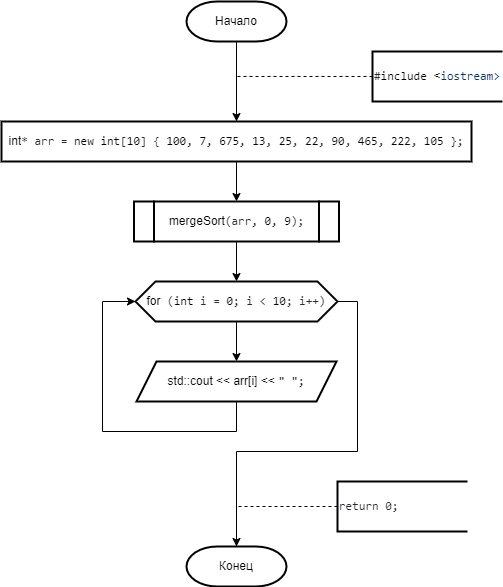
Before: 2 Семестр/Labs/№9 Сложные сортировки быстрая (Хоара), слиянием, подсчетом, блочная, Шелла/Слиянием.png, a diagram exported from draw.io (IlyaFedoseev227/LABS-PNRPU-IVT-22-1b). Source tidied: cells renumbered, new cells last; positions are measured from the earlier drawing's top-left corner, leaving out a move shared by most shapes.
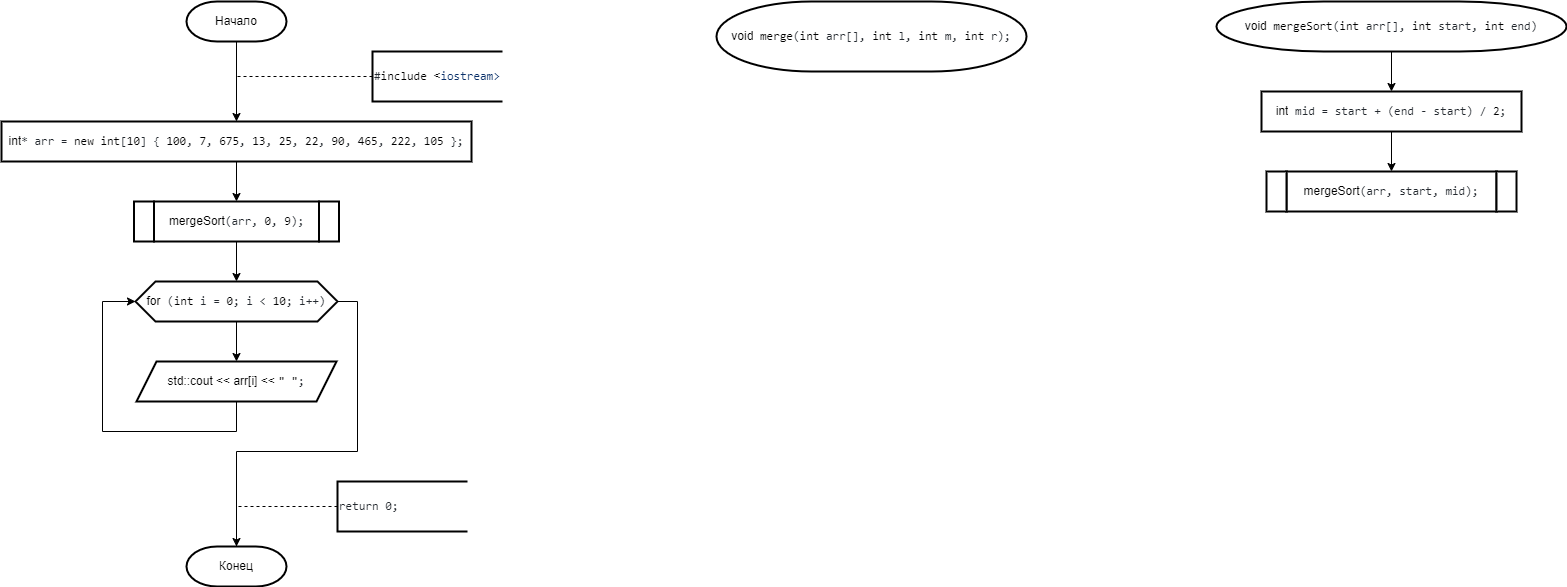
Above is the later version.

The edit, as a diff of the source:
```diff
@@ -76,5 +76,29 @@
     <mxCell id="19" value="&lt;span style=&quot;box-sizing: border-box; font-family: ui-monospace, SFMono-Regular, &amp;quot;SF Mono&amp;quot;, Menlo, Consolas, &amp;quot;Liberation Mono&amp;quot;, monospace; background-color: rgb(255, 255, 255);&quot; class=&quot;pl-pds&quot;&gt;&lt;font color=&quot;#24292f&quot;&gt;return 0;&lt;/font&gt;&lt;br&gt;&lt;/span&gt;" style="strokeWidth=2;html=1;shape=mxgraph.flowchart.annotation_1;align=left;" parent="1" vertex="1">
       <mxGeometry x="336" y="480" width="130" height="50" as="geometry" />
     </mxCell>
+    <mxCell id="20" value="void&lt;span style=&quot;color: rgb(36, 41, 47); font-family: ui-monospace, SFMono-Regular, &amp;quot;SF Mono&amp;quot;, Menlo, Consolas, &amp;quot;Liberation Mono&amp;quot;, monospace; text-align: start; background-color: rgb(255, 255, 255);&quot;&gt; &lt;/span&gt;&lt;span style=&quot;box-sizing: border-box; color: var(--color-prettylights-syntax-entity); font-family: ui-monospace, SFMono-Regular, &amp;quot;SF Mono&amp;quot;, Menlo, Consolas, &amp;quot;Liberation Mono&amp;quot;, monospace; text-align: start; background-color: rgb(255, 255, 255);&quot; class=&quot;pl-en&quot;&gt;merge&lt;/span&gt;&lt;span style=&quot;color: rgb(36, 41, 47); font-family: ui-monospace, SFMono-Regular, &amp;quot;SF Mono&amp;quot;, Menlo, Consolas, &amp;quot;Liberation Mono&amp;quot;, monospace; text-align: start; background-color: rgb(255, 255, 255);&quot;&gt;(&lt;/span&gt;&lt;span style=&quot;box-sizing: border-box; color: var(--color-prettylights-syntax-keyword); font-family: ui-monospace, SFMono-Regular, &amp;quot;SF Mono&amp;quot;, Menlo, Consolas, &amp;quot;Liberation Mono&amp;quot;, monospace; text-align: start; background-color: rgb(255, 255, 255);&quot; class=&quot;pl-k&quot;&gt;int&lt;/span&gt;&lt;span style=&quot;color: rgb(36, 41, 47); font-family: ui-monospace, SFMono-Regular, &amp;quot;SF Mono&amp;quot;, Menlo, Consolas, &amp;quot;Liberation Mono&amp;quot;, monospace; text-align: start; background-color: rgb(255, 255, 255);&quot;&gt; arr[], &lt;/span&gt;&lt;span style=&quot;box-sizing: border-box; color: var(--color-prettylights-syntax-keyword); font-family: ui-monospace, SFMono-Regular, &amp;quot;SF Mono&amp;quot;, Menlo, Consolas, &amp;quot;Liberation Mono&amp;quot;, monospace; text-align: start; background-color: rgb(255, 255, 255);&quot; class=&quot;pl-k&quot;&gt;int&lt;/span&gt;&lt;span style=&quot;color: rgb(36, 41, 47); font-family: ui-monospace, SFMono-Regular, &amp;quot;SF Mono&amp;quot;, Menlo, Consolas, &amp;quot;Liberation Mono&amp;quot;, monospace; text-align: start; background-color: rgb(255, 255, 255);&quot;&gt; l, &lt;/span&gt;&lt;span style=&quot;box-sizing: border-box; color: var(--color-prettylights-syntax-keyword); font-family: ui-monospace, SFMono-Regular, &amp;quot;SF Mono&amp;quot;, Menlo, Consolas, &amp;quot;Liberation Mono&amp;quot;, monospace; text-align: start; background-color: rgb(255, 255, 255);&quot; class=&quot;pl-k&quot;&gt;int&lt;/span&gt;&lt;span style=&quot;color: rgb(36, 41, 47); font-family: ui-monospace, SFMono-Regular, &amp;quot;SF Mono&amp;quot;, Menlo, Consolas, &amp;quot;Liberation Mono&amp;quot;, monospace; text-align: start; background-color: rgb(255, 255, 255);&quot;&gt; m, &lt;/span&gt;&lt;span style=&quot;box-sizing: border-box; color: var(--color-prettylights-syntax-keyword); font-family: ui-monospace, SFMono-Regular, &amp;quot;SF Mono&amp;quot;, Menlo, Consolas, &amp;quot;Liberation Mono&amp;quot;, monospace; text-align: start; background-color: rgb(255, 255, 255);&quot; class=&quot;pl-k&quot;&gt;int&lt;/span&gt;&lt;span style=&quot;color: rgb(36, 41, 47); font-family: ui-monospace, SFMono-Regular, &amp;quot;SF Mono&amp;quot;, Menlo, Consolas, &amp;quot;Liberation Mono&amp;quot;, monospace; text-align: start; background-color: rgb(255, 255, 255);&quot;&gt; r);&lt;/span&gt;" style="strokeWidth=2;html=1;shape=mxgraph.flowchart.terminator;whiteSpace=wrap;" parent="1" vertex="1">
+      <mxGeometry x="715" width="310" height="70" as="geometry" />
+    </mxCell>
+    <mxCell id="21" style="edgeStyle=orthogonalEdgeStyle;rounded=0;jettySize=auto;html=1;exitX=0.5;exitY=1;exitDx=0;exitDy=0;exitPerimeter=0;entryX=0.5;entryY=0;entryDx=0;entryDy=0;" parent="1" edge="1" source="22" target="24">
+      <mxGeometry relative="1" as="geometry" />
+    </mxCell>
+    <mxCell id="22" value="void&lt;span style=&quot;color: rgb(36, 41, 47); font-family: ui-monospace, SFMono-Regular, &amp;quot;SF Mono&amp;quot;, Menlo, Consolas, &amp;quot;Liberation Mono&amp;quot;, monospace; text-align: start; background-color: rgb(255, 255, 255);&quot;&gt; &lt;/span&gt;&lt;span style=&quot;box-sizing: border-box; color: var(--color-prettylights-syntax-entity); font-family: ui-monospace, SFMono-Regular, &amp;quot;SF Mono&amp;quot;, Menlo, Consolas, &amp;quot;Liberation Mono&amp;quot;, monospace; text-align: start; background-color: rgb(255, 255, 255);&quot; class=&quot;pl-en&quot;&gt;mergeSort&lt;/span&gt;&lt;span style=&quot;color: rgb(36, 41, 47); font-family: ui-monospace, SFMono-Regular, &amp;quot;SF Mono&amp;quot;, Menlo, Consolas, &amp;quot;Liberation Mono&amp;quot;, monospace; text-align: start; background-color: rgb(255, 255, 255);&quot;&gt;(&lt;/span&gt;&lt;span style=&quot;box-sizing: border-box; color: var(--color-prettylights-syntax-keyword); font-family: ui-monospace, SFMono-Regular, &amp;quot;SF Mono&amp;quot;, Menlo, Consolas, &amp;quot;Liberation Mono&amp;quot;, monospace; text-align: start; background-color: rgb(255, 255, 255);&quot; class=&quot;pl-k&quot;&gt;int&lt;/span&gt;&lt;span style=&quot;color: rgb(36, 41, 47); font-family: ui-monospace, SFMono-Regular, &amp;quot;SF Mono&amp;quot;, Menlo, Consolas, &amp;quot;Liberation Mono&amp;quot;, monospace; text-align: start; background-color: rgb(255, 255, 255);&quot;&gt; arr[], &lt;/span&gt;&lt;span style=&quot;box-sizing: border-box; color: var(--color-prettylights-syntax-keyword); font-family: ui-monospace, SFMono-Regular, &amp;quot;SF Mono&amp;quot;, Menlo, Consolas, &amp;quot;Liberation Mono&amp;quot;, monospace; text-align: start; background-color: rgb(255, 255, 255);&quot; class=&quot;pl-k&quot;&gt;int&lt;/span&gt;&lt;span style=&quot;color: rgb(36, 41, 47); font-family: ui-monospace, SFMono-Regular, &amp;quot;SF Mono&amp;quot;, Menlo, Consolas, &amp;quot;Liberation Mono&amp;quot;, monospace; text-align: start; background-color: rgb(255, 255, 255);&quot;&gt; start, &lt;/span&gt;&lt;span style=&quot;box-sizing: border-box; color: var(--color-prettylights-syntax-keyword); font-family: ui-monospace, SFMono-Regular, &amp;quot;SF Mono&amp;quot;, Menlo, Consolas, &amp;quot;Liberation Mono&amp;quot;, monospace; text-align: start; background-color: rgb(255, 255, 255);&quot; class=&quot;pl-k&quot;&gt;int&lt;/span&gt;&lt;span style=&quot;color: rgb(36, 41, 47); font-family: ui-monospace, SFMono-Regular, &amp;quot;SF Mono&amp;quot;, Menlo, Consolas, &amp;quot;Liberation Mono&amp;quot;, monospace; text-align: start; background-color: rgb(255, 255, 255);&quot;&gt; end)&lt;/span&gt;" style="strokeWidth=2;html=1;shape=mxgraph.flowchart.terminator;whiteSpace=wrap;" parent="1" vertex="1">
+      <mxGeometry x="1215" width="350" height="50" as="geometry" />
+    </mxCell>
+    <mxCell id="23" style="edgeStyle=orthogonalEdgeStyle;rounded=0;jettySize=auto;html=1;exitX=0.5;exitY=1;exitDx=0;exitDy=0;entryX=0.5;entryY=0;entryDx=0;entryDy=0;" parent="1" edge="1" source="24" target="25">
+      <mxGeometry relative="1" as="geometry" />
+    </mxCell>
+    <mxCell id="24" value="&lt;div style=&quot;text-align: start;&quot;&gt;int&lt;span style=&quot;color: rgb(36, 41, 47); font-family: ui-monospace, SFMono-Regular, &amp;quot;SF Mono&amp;quot;, Menlo, Consolas, &amp;quot;Liberation Mono&amp;quot;, monospace; background-color: rgb(255, 255, 255);&quot;&gt; mid = start + (end - start) / &lt;/span&gt;&lt;span style=&quot;box-sizing: border-box; color: var(--color-prettylights-syntax-constant); font-family: ui-monospace, SFMono-Regular, &amp;quot;SF Mono&amp;quot;, Menlo, Consolas, &amp;quot;Liberation Mono&amp;quot;, monospace; background-color: rgb(255, 255, 255);&quot; class=&quot;pl-c1&quot;&gt;2&lt;/span&gt;&lt;span style=&quot;color: rgb(36, 41, 47); font-family: ui-monospace, SFMono-Regular, &amp;quot;SF Mono&amp;quot;, Menlo, Consolas, &amp;quot;Liberation Mono&amp;quot;, monospace; background-color: rgb(255, 255, 255);&quot;&gt;;&lt;/span&gt;&lt;br&gt;&lt;/div&gt;" style="shape=parallelogram;perimeter=parallelogramPerimeter;whiteSpace=wrap;html=1;fixedSize=1;strokeWidth=2;size=-6;" parent="1" vertex="1">
+      <mxGeometry x="1260" y="90" width="260" height="40" as="geometry" />
+    </mxCell>
+    <mxCell id="25" value="&lt;div style=&quot;text-align: start;&quot;&gt;mergeSort&lt;span style=&quot;color: rgb(36, 41, 47); font-family: ui-monospace, SFMono-Regular, &amp;quot;SF Mono&amp;quot;, Menlo, Consolas, &amp;quot;Liberation Mono&amp;quot;, monospace; background-color: rgb(255, 255, 255);&quot;&gt;(arr, start, mid);&lt;/span&gt;&lt;br&gt;&lt;/div&gt;" style="shape=parallelogram;perimeter=parallelogramPerimeter;whiteSpace=wrap;html=1;fixedSize=1;strokeWidth=2;size=-6;" parent="1" vertex="1">
+      <mxGeometry x="1285" y="170" width="210" height="40" as="geometry" />
+    </mxCell>
+    <mxCell id="26" value="&lt;div style=&quot;text-align: start;&quot;&gt;&lt;br&gt;&lt;/div&gt;" style="shape=parallelogram;perimeter=parallelogramPerimeter;whiteSpace=wrap;html=1;fixedSize=1;strokeWidth=2;size=-6;" parent="1" vertex="1">
+      <mxGeometry x="1495" y="170" width="20" height="40" as="geometry" />
+    </mxCell>
+    <mxCell id="27" value="&lt;div style=&quot;text-align: start;&quot;&gt;&lt;br&gt;&lt;/div&gt;" style="shape=parallelogram;perimeter=parallelogramPerimeter;whiteSpace=wrap;html=1;fixedSize=1;strokeWidth=2;size=-6;" parent="1" vertex="1">
+      <mxGeometry x="1265" y="170" width="20" height="40" as="geometry" />
+    </mxCell>
   </root>
 </mxGraphModel>
```
